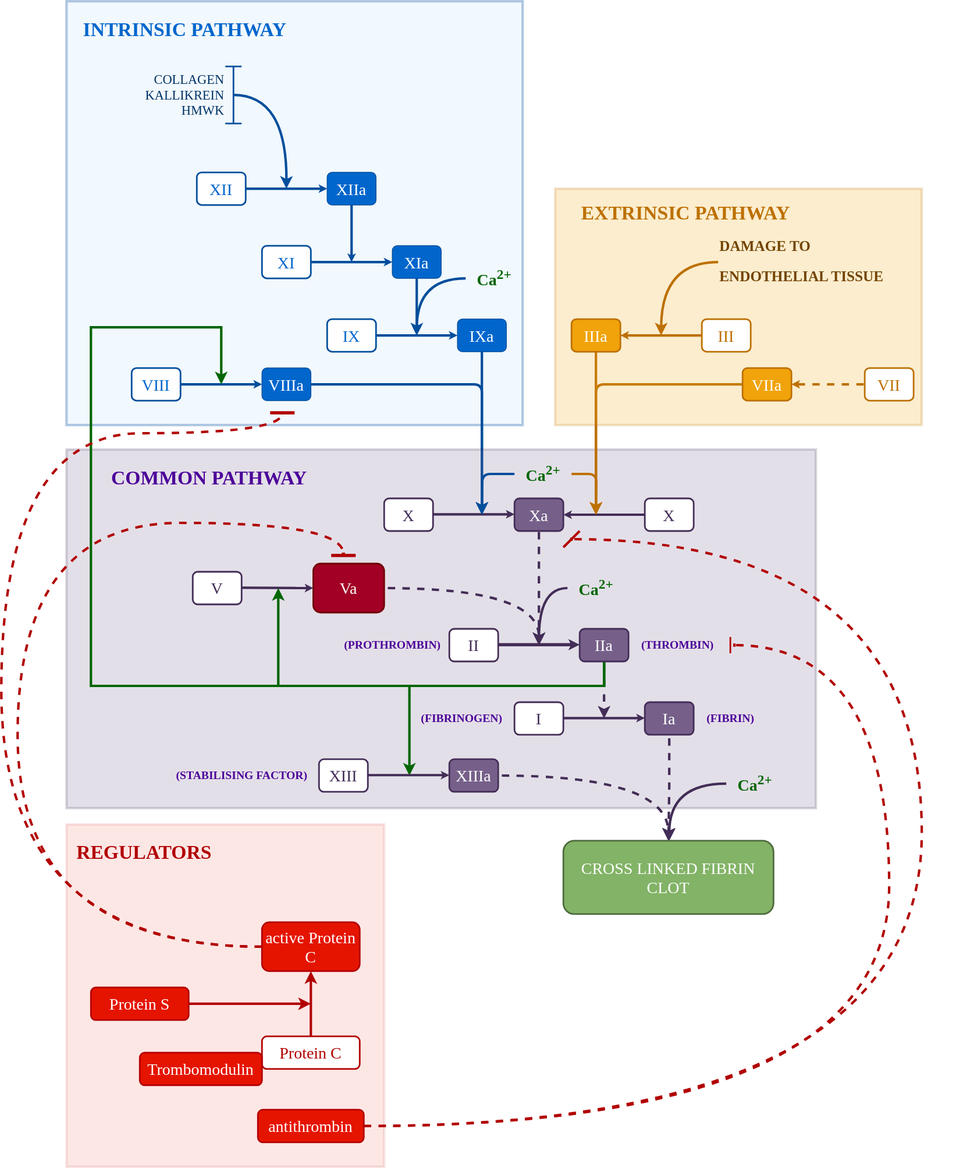
The draw.io diagram images/APC.drawio.svg in rmvpaeme/stolling, before a commit. Source tidied: cells renumbered, new cells last; positions are measured from the earlier drawing's top-left corner, leaving out a move shared by most shapes.
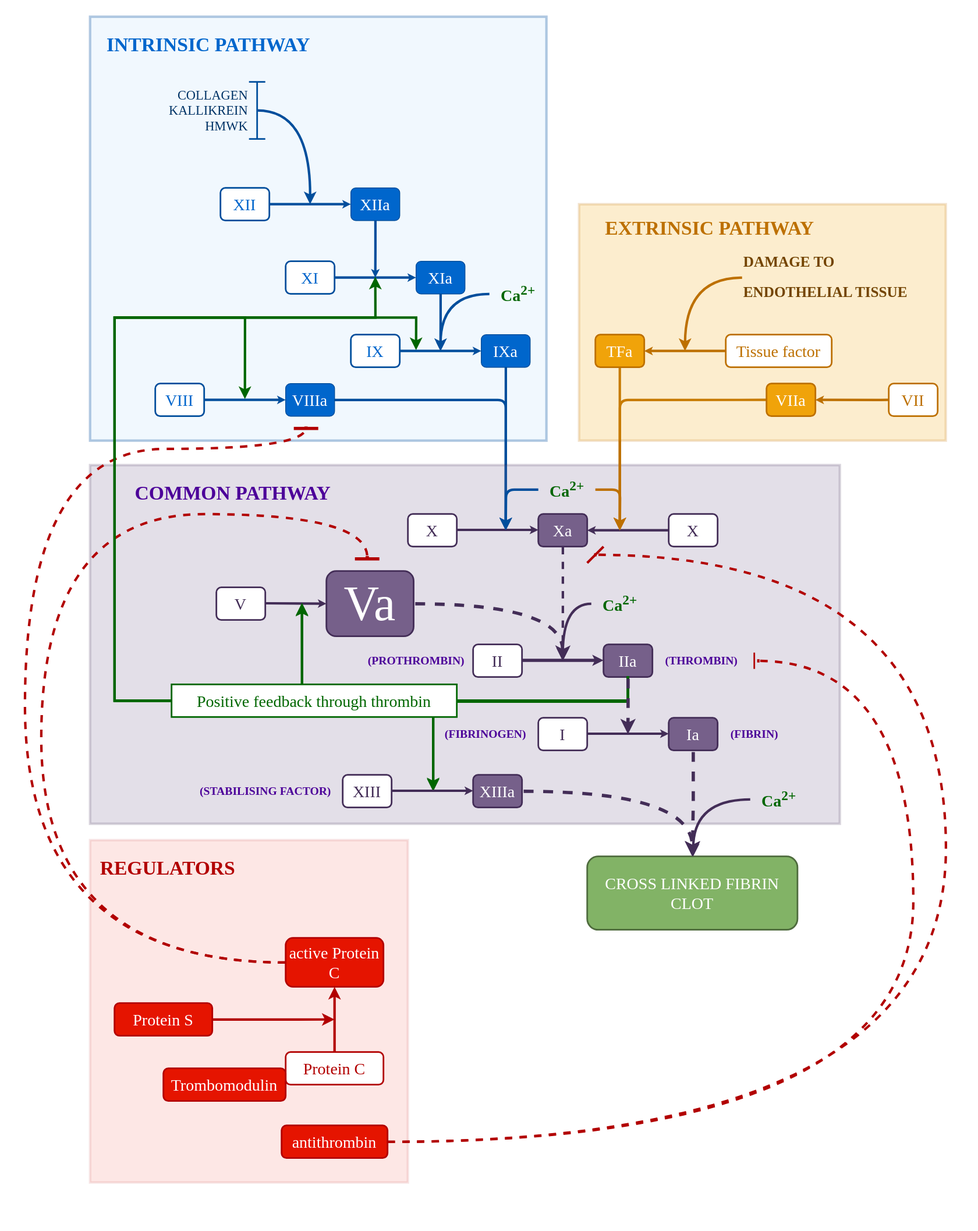
The same diagram one commit later.

The edit, as a diff of the source:
```diff
@@ -1,10 +1,11 @@
 <mxGraphModel>
   <root>
     <mxCell id="0" />
+    <mxCell id="96" value="frame" parent="0" />
+    <mxCell id="97" style="rounded=0;whiteSpace=wrap;html=1;fillColor=default;strokeColor=none;opacity=0;" parent="96" vertex="1">
+      <mxGeometry x="-30" y="-20" width="1200" height="1510" as="geometry" />
+    </mxCell>
     <mxCell id="1" value="APC" parent="0" />
-    <mxCell id="2" style="rounded=0;whiteSpace=wrap;html=1;strokeColor=none;" parent="1" vertex="1">
-      <mxGeometry x="80" width="1100" height="1430" as="geometry" />
-    </mxCell>
     <mxCell id="3" style="rounded=0;whiteSpace=wrap;html=1;fillColor=#e51400;strokeWidth=3;strokeColor=#B20000;opacity=10;fontColor=#ffffff;" parent="1" vertex="1">
       <mxGeometry x="80" y="1010" width="390" height="420" as="geometry" />
     </mxCell>
@@ -113,13 +114,8 @@
     <mxCell id="32" style="edgeStyle=orthogonalEdgeStyle;rounded=0;jettySize=auto;html=1;strokeWidth=3;strokeColor=#432d57;flowAnimation=0;shadow=0;endSize=1;startSize=1;jumpSize=6;entryX=1;entryY=0.5;entryDx=0;entryDy=0;exitX=0;exitY=0.5;exitDx=0;exitDy=0;" parent="1" edge="1" source="31" target="28">
       <mxGeometry relative="1" as="geometry" />
     </mxCell>
-    <mxCell id="33" style="edgeStyle=orthogonalEdgeStyle;rounded=0;jettySize=auto;html=1;curved=1;strokeWidth=3;strokeColor=#432d57;dashed=1;flowAnimation=1;flowAnimationDuration=150;" parent="1" edge="1" source="34">
-      <mxGeometry relative="1" as="geometry">
-        <mxPoint x="660" y="790" as="targetPoint" />
-      </mxGeometry>
-    </mxCell>
-    <mxCell id="34" value="&lt;font face=&quot;Tahoma&quot;&gt;&lt;span style=&quot;font-size: 20px;&quot;&gt;Va&lt;/span&gt;&lt;/font&gt;" style="rounded=1;whiteSpace=wrap;html=1;fillColor=#a20025;fontColor=#ffffff;strokeColor=#6F0000;strokeWidth=2;align=center;verticalAlign=middle;fontFamily=Helvetica;fontSize=12;" parent="1" vertex="1">
-      <mxGeometry x="383" y="690" width="87" height="60" as="geometry" />
+    <mxCell id="34" value="&lt;font style=&quot;font-size: 60px;&quot; face=&quot;Tahoma&quot;&gt;Va&lt;/font&gt;" style="rounded=1;whiteSpace=wrap;html=1;fillColor=#76608a;fontColor=#ffffff;strokeColor=#432D57;strokeWidth=2;align=center;verticalAlign=middle;fontFamily=Helvetica;fontSize=12;" parent="1" vertex="1">
+      <mxGeometry x="370" y="680" width="107" height="80" as="geometry" />
     </mxCell>
     <mxCell id="35" value="&lt;font face=&quot;Tahoma&quot;&gt;&lt;span style=&quot;font-size: 20px;&quot;&gt;V&lt;/span&gt;&lt;/font&gt;" style="rounded=1;whiteSpace=wrap;html=1;strokeWidth=2;strokeColor=#432D57;fontColor=#432D57;" parent="1" vertex="1">
       <mxGeometry x="235" y="700" width="60" height="40" as="geometry" />
@@ -138,22 +134,6 @@
         </Array>
       </mxGeometry>
     </mxCell>
-    <mxCell id="38" style="edgeStyle=orthogonalEdgeStyle;rounded=0;jettySize=auto;html=1;strokeWidth=3;strokeColor=#432D57;dashed=1;flowAnimation=1;flowAnimationDuration=150;" parent="1" edge="1" source="41">
-      <mxGeometry relative="1" as="geometry">
-        <mxPoint x="740" y="880" as="targetPoint" />
-      </mxGeometry>
-    </mxCell>
-    <mxCell id="39" style="edgeStyle=orthogonalEdgeStyle;rounded=0;jettySize=auto;html=1;strokeWidth=3;strokeColor=#006600;flowAnimation=0;" parent="1" edge="1" source="41">
-      <mxGeometry relative="1" as="geometry">
-        <mxPoint x="270" y="470" as="targetPoint" />
-        <Array as="points">
-          <mxPoint x="740" y="840" />
-          <mxPoint x="110" y="840" />
-          <mxPoint x="110" y="400" />
-          <mxPoint x="270" y="400" />
-        </Array>
-      </mxGeometry>
-    </mxCell>
     <mxCell id="40" style="edgeStyle=orthogonalEdgeStyle;rounded=0;jettySize=auto;html=1;strokeWidth=3;strokeColor=#006600;flowAnimation=0;" parent="1" edge="1" source="41">
       <mxGeometry relative="1" as="geometry">
         <mxPoint x="500" y="950" as="targetPoint" />
@@ -178,9 +158,6 @@
     <mxCell id="44" value="&lt;h3&gt;&lt;font face=&quot;Tahoma&quot; color=&quot;#4c0099&quot;&gt;(THROMBIN)&lt;/font&gt;&lt;/h3&gt;" style="text;html=1;align=center;verticalAlign=middle;strokeColor=none;fillColor=none;fontColor=#0066cc;" parent="1" vertex="1">
       <mxGeometry x="770" y="760" width="120" height="60" as="geometry" />
     </mxCell>
-    <mxCell id="45" style="edgeStyle=orthogonalEdgeStyle;rounded=0;jettySize=auto;html=1;entryX=0.5;entryY=0;entryDx=0;entryDy=0;strokeColor=#432D57;strokeWidth=3;dashed=1;flowAnimation=1;flowAnimationDuration=150;" parent="1" edge="1" source="46" target="55">
-      <mxGeometry relative="1" as="geometry" />
-    </mxCell>
     <mxCell id="46" value="&lt;font face=&quot;Tahoma&quot;&gt;&lt;span style=&quot;font-size: 20px;&quot;&gt;Ia&lt;/span&gt;&lt;/font&gt;" style="rounded=1;whiteSpace=wrap;html=1;fillColor=#76608a;fontColor=#ffffff;strokeColor=#432D57;strokeWidth=2;" parent="1" vertex="1">
       <mxGeometry x="790" y="860" width="60" height="40" as="geometry" />
     </mxCell>
@@ -196,7 +173,7 @@
     <mxCell id="49" value="&lt;h3&gt;&lt;font face=&quot;Tahoma&quot; color=&quot;#4c0099&quot;&gt;(FIBRIN)&lt;/font&gt;&lt;/h3&gt;" style="text;html=1;align=center;verticalAlign=middle;strokeColor=none;fillColor=none;fontColor=#0066cc;" parent="1" vertex="1">
       <mxGeometry x="850" y="850" width="90" height="60" as="geometry" />
     </mxCell>
-    <mxCell id="50" style="edgeStyle=orthogonalEdgeStyle;rounded=0;jettySize=auto;html=1;entryX=0.5;entryY=0;entryDx=0;entryDy=0;curved=1;strokeColor=#432D57;strokeWidth=3;dashed=1;flowAnimation=1;flowAnimationDuration=150;" parent="1" edge="1" source="51" target="55">
+    <mxCell id="50" style="edgeStyle=orthogonalEdgeStyle;rounded=0;jettySize=auto;html=1;entryX=0.5;entryY=0;entryDx=0;entryDy=0;curved=1;strokeColor=#432D57;strokeWidth=4;dashed=1;flowAnimation=1;flowAnimationDuration=150;" parent="1" edge="1" source="51" target="55">
       <mxGeometry relative="1" as="geometry" />
     </mxCell>
     <mxCell id="51" value="&lt;font face=&quot;Tahoma&quot;&gt;&lt;span style=&quot;font-size: 20px;&quot;&gt;XIIIa&lt;/span&gt;&lt;/font&gt;" style="rounded=1;whiteSpace=wrap;html=1;fillColor=#76608a;fontColor=#ffffff;strokeColor=#432D57;strokeWidth=2;" parent="1" vertex="1">
@@ -267,7 +244,7 @@
     <mxCell id="66" value="&lt;font color=&quot;#b20000&quot; face=&quot;Tahoma&quot;&gt;&lt;span style=&quot;font-size: 20px;&quot;&gt;Protein C&lt;/span&gt;&lt;/font&gt;" style="rounded=1;whiteSpace=wrap;html=1;strokeWidth=2;strokeColor=#B20000;" parent="1" vertex="1">
       <mxGeometry x="320" y="1270" width="120" height="40" as="geometry" />
     </mxCell>
-    <mxCell id="67" style="edgeStyle=orthogonalEdgeStyle;rounded=0;jettySize=auto;html=1;curved=1;dashed=1;strokeColor=#B20000;endSize=0;startSize=0;strokeWidth=3;sourcePerimeterSpacing=0;endArrow=baseDash;endFill=0;flowAnimation=0;" parent="1" edge="1" source="69" target="72">
+    <mxCell id="67" style="edgeStyle=orthogonalEdgeStyle;rounded=0;jettySize=auto;html=1;curved=1;dashed=1;strokeColor=#B20000;endSize=0;startSize=0;strokeWidth=3;sourcePerimeterSpacing=0;endArrow=baseDash;endFill=0;flowAnimation=1;" parent="1" edge="1" source="69" target="72">
       <mxGeometry relative="1" as="geometry">
         <Array as="points">
           <mxPoint y="1160" />
@@ -280,8 +257,8 @@
       <mxGeometry relative="1" as="geometry">
         <Array as="points">
           <mxPoint x="20" y="1160" />
-          <mxPoint x="20" y="640" />
-          <mxPoint x="420" y="640" />
+          <mxPoint x="20" y="610" />
+          <mxPoint x="420" y="610" />
         </Array>
       </mxGeometry>
     </mxCell>
@@ -300,7 +277,7 @@
       <mxGeometry x="330" y="500" width="30" height="10" as="geometry" />
     </mxCell>
     <mxCell id="73" style="line;strokeWidth=4;html=1;perimeter=backbonePerimeter;points=[];outlineConnect=0;strokeColor=#B20000;" parent="1" vertex="1">
-      <mxGeometry x="405" y="675" width="30" height="10" as="geometry" />
+      <mxGeometry x="405" y="660" width="30" height="10" as="geometry" />
     </mxCell>
     <mxCell id="74" style="edgeStyle=orthogonalEdgeStyle;rounded=0;jettySize=auto;html=1;dashed=1;endArrow=baseDash;endFill=0;strokeWidth=3;strokeColor=#B20000;curved=1;endSize=0;startSize=0;" parent="1" edge="1" source="78">
       <mxGeometry relative="1" as="geometry">
@@ -357,11 +334,11 @@
     <mxCell id="85" value="&lt;h1&gt;&lt;font color=&quot;#bd7000&quot;&gt;EXTRINSIC PATHWAY&lt;/font&gt;&lt;/h1&gt;" style="text;html=1;align=center;verticalAlign=middle;strokeColor=none;fillColor=none;fontColor=#0066cc;fontFamily=Tahoma;" parent="1" vertex="1">
       <mxGeometry x="695" y="225" width="290" height="70" as="geometry" />
     </mxCell>
-    <mxCell id="86" value="&lt;font color=&quot;#ffffff&quot;&gt;&lt;span style=&quot;font-size: 20px;&quot;&gt;IIIa&lt;/span&gt;&lt;/font&gt;" style="rounded=1;whiteSpace=wrap;html=1;fillColor=#f0a30a;fontColor=#000000;strokeColor=#BD7000;strokeWidth=2;fontFamily=Tahoma;" parent="1" vertex="1">
+    <mxCell id="86" value="&lt;font color=&quot;#ffffff&quot;&gt;&lt;span style=&quot;font-size: 20px;&quot;&gt;TFa&lt;/span&gt;&lt;/font&gt;" style="rounded=1;whiteSpace=wrap;html=1;fillColor=#f0a30a;fontColor=#000000;strokeColor=#BD7000;strokeWidth=2;fontFamily=Tahoma;" parent="1" vertex="1">
       <mxGeometry x="700" y="390" width="60" height="40" as="geometry" />
     </mxCell>
-    <mxCell id="87" value="&lt;font face=&quot;Tahoma&quot;&gt;&lt;span style=&quot;font-size: 20px;&quot;&gt;III&lt;/span&gt;&lt;/font&gt;" style="rounded=1;whiteSpace=wrap;html=1;strokeWidth=2;strokeColor=#BD7000;fontColor=#BD7000;" parent="1" vertex="1">
-      <mxGeometry x="860" y="390" width="60" height="40" as="geometry" />
+    <mxCell id="87" value="&lt;font face=&quot;Tahoma&quot;&gt;&lt;span style=&quot;font-size: 20px;&quot;&gt;Tissue factor&lt;/span&gt;&lt;/font&gt;" style="rounded=1;whiteSpace=wrap;html=1;strokeWidth=2;strokeColor=#BD7000;fontColor=#BD7000;" parent="1" vertex="1">
+      <mxGeometry x="860" y="390" width="130" height="40" as="geometry" />
     </mxCell>
     <mxCell id="88" style="edgeStyle=orthogonalEdgeStyle;rounded=0;jettySize=auto;html=1;strokeWidth=3;strokeColor=#BD7000;flowAnimation=0;shadow=0;endSize=1;startSize=1;jumpSize=6;entryX=1;entryY=0.5;entryDx=0;entryDy=0;exitX=0;exitY=0.5;exitDx=0;exitDy=0;fontColor=#BD7000;" parent="1" edge="1" source="87" target="86">
       <mxGeometry relative="1" as="geometry" />
@@ -380,7 +357,7 @@
     <mxCell id="92" value="&lt;font face=&quot;Tahoma&quot;&gt;&lt;span style=&quot;font-size: 20px;&quot;&gt;VII&lt;/span&gt;&lt;/font&gt;" style="rounded=1;whiteSpace=wrap;html=1;strokeWidth=2;strokeColor=#BD7000;fontColor=#BD7000;" parent="1" vertex="1">
       <mxGeometry x="1060" y="450" width="60" height="40" as="geometry" />
     </mxCell>
-    <mxCell id="93" style="edgeStyle=orthogonalEdgeStyle;rounded=0;jettySize=auto;html=1;strokeWidth=3;strokeColor=#BD7000;flowAnimation=1;shadow=0;endSize=1;startSize=1;jumpSize=6;entryX=1;entryY=0.5;entryDx=0;entryDy=0;exitX=0;exitY=0.5;exitDx=0;exitDy=0;fontColor=#BD7000;dashed=1;" parent="1" edge="1" source="92" target="91">
+    <mxCell id="93" style="edgeStyle=orthogonalEdgeStyle;rounded=0;jettySize=auto;html=1;strokeWidth=3;strokeColor=#BD7000;flowAnimation=0;shadow=0;endSize=1;startSize=1;jumpSize=6;entryX=1;entryY=0.5;entryDx=0;entryDy=0;exitX=0;exitY=0.5;exitDx=0;exitDy=0;fontColor=#BD7000;" parent="1" edge="1" source="92" target="91">
       <mxGeometry relative="1" as="geometry">
         <Array as="points">
           <mxPoint x="1050" y="470" />
@@ -399,5 +376,77 @@
     <mxCell id="95" value="&lt;font style=&quot;font-size: 20px;&quot; face=&quot;Tahoma&quot; color=&quot;#006600&quot;&gt;Ca&lt;sup&gt;2+&lt;/sup&gt;&lt;/font&gt;" style="text;html=1;align=center;verticalAlign=middle;points=[];strokeColor=none;fillColor=none;fontStyle=1;" parent="1" vertex="1">
       <mxGeometry x="890" y="940" width="70" height="40" as="geometry" />
     </mxCell>
+    <mxCell id="98" style="edgeStyle=orthogonalEdgeStyle;rounded=0;orthogonalLoop=1;jettySize=auto;html=1;strokeWidth=3;strokeColor=#006600;flowAnimation=0;fontColor=#006600;" parent="1" edge="1">
+      <mxGeometry relative="1" as="geometry">
+        <mxPoint x="740" y="809" as="sourcePoint" />
+        <mxPoint x="340" y="719" as="targetPoint" />
+        <Array as="points">
+          <mxPoint x="740" y="839" />
+          <mxPoint x="340" y="839" />
+        </Array>
+      </mxGeometry>
+    </mxCell>
+    <mxCell id="99" style="edgeStyle=orthogonalEdgeStyle;rounded=0;orthogonalLoop=1;jettySize=auto;html=1;strokeWidth=3;strokeColor=#006600;flowAnimation=0;fontColor=#006600;" parent="1" edge="1">
+      <mxGeometry relative="1" as="geometry">
+        <mxPoint x="740" y="809" as="sourcePoint" />
+        <mxPoint x="270" y="469" as="targetPoint" />
+        <Array as="points">
+          <mxPoint x="740" y="839" />
+          <mxPoint x="110" y="839" />
+          <mxPoint x="110" y="369" />
+          <mxPoint x="270" y="369" />
+        </Array>
+      </mxGeometry>
+    </mxCell>
+    <mxCell id="100" style="edgeStyle=orthogonalEdgeStyle;rounded=0;orthogonalLoop=1;jettySize=auto;html=1;strokeWidth=3;strokeColor=#006600;flowAnimation=0;fontColor=#006600;" parent="1" edge="1">
+      <mxGeometry relative="1" as="geometry">
+        <mxPoint x="740" y="809" as="sourcePoint" />
+        <mxPoint x="500" y="949" as="targetPoint" />
+        <Array as="points">
+          <mxPoint x="740" y="839" />
+          <mxPoint x="501" y="839" />
+        </Array>
+      </mxGeometry>
+    </mxCell>
+    <mxCell id="101" style="edgeStyle=orthogonalEdgeStyle;rounded=0;orthogonalLoop=1;jettySize=auto;html=1;strokeColor=#006600;strokeWidth=3;align=center;verticalAlign=middle;fontFamily=Helvetica;fontSize=11;fontColor=#006600;labelBackgroundColor=default;endArrow=classic;flowAnimation=0;" parent="1" edge="1">
+      <mxGeometry relative="1" as="geometry">
+        <mxPoint x="740" y="809" as="sourcePoint" />
+        <mxPoint x="430" y="319" as="targetPoint" />
+        <Array as="points">
+          <mxPoint x="740" y="839" />
+          <mxPoint x="110" y="839" />
+          <mxPoint x="110" y="369" />
+          <mxPoint x="430" y="369" />
+        </Array>
+      </mxGeometry>
+    </mxCell>
+    <mxCell id="102" style="edgeStyle=orthogonalEdgeStyle;rounded=0;orthogonalLoop=1;jettySize=auto;html=1;strokeColor=#006600;strokeWidth=3;align=center;verticalAlign=middle;fontFamily=Helvetica;fontSize=11;fontColor=#006600;labelBackgroundColor=default;endArrow=classic;flowAnimation=0;" parent="1" edge="1">
+      <mxGeometry relative="1" as="geometry">
+        <mxPoint x="740" y="809" as="sourcePoint" />
+        <mxPoint x="480" y="409" as="targetPoint" />
+        <Array as="points">
+          <mxPoint x="740" y="839" />
+          <mxPoint x="110" y="839" />
+          <mxPoint x="110" y="369" />
+          <mxPoint x="480" y="369" />
+        </Array>
+      </mxGeometry>
+    </mxCell>
+    <mxCell id="103" value="Positive feedback through thrombin" style="rounded=0;whiteSpace=wrap;html=1;strokeColor=#006600;strokeWidth=2;align=center;verticalAlign=middle;fontFamily=Tahoma;fontSize=20;fontColor=#006600;fillColor=default;fillStyle=auto;" parent="1" vertex="1">
+      <mxGeometry x="180" y="819" width="350" height="40" as="geometry" />
+    </mxCell>
+    <mxCell id="33" style="edgeStyle=orthogonalEdgeStyle;rounded=0;jettySize=auto;html=1;curved=1;strokeWidth=4;strokeColor=#432d57;dashed=1;flowAnimation=1;flowAnimationDuration=150;" parent="1" edge="1" source="34">
+      <mxGeometry relative="1" as="geometry">
+        <mxPoint x="660" y="790" as="targetPoint" />
+      </mxGeometry>
+    </mxCell>
+    <mxCell id="38" style="edgeStyle=orthogonalEdgeStyle;rounded=0;jettySize=auto;html=1;strokeWidth=4;strokeColor=#432D57;dashed=1;flowAnimation=1;flowAnimationDuration=150;" parent="1" edge="1" source="41">
+      <mxGeometry relative="1" as="geometry">
+        <mxPoint x="740" y="880" as="targetPoint" />
+      </mxGeometry>
+    </mxCell>
+    <mxCell id="45" style="edgeStyle=orthogonalEdgeStyle;rounded=0;jettySize=auto;html=1;entryX=0.5;entryY=0;entryDx=0;entryDy=0;strokeColor=#432D57;strokeWidth=4;dashed=1;flowAnimation=1;flowAnimationDuration=150;" parent="1" edge="1" source="46" target="55">
+      <mxGeometry relative="1" as="geometry" />
+    </mxCell>
   </root>
 </mxGraphModel>
```
